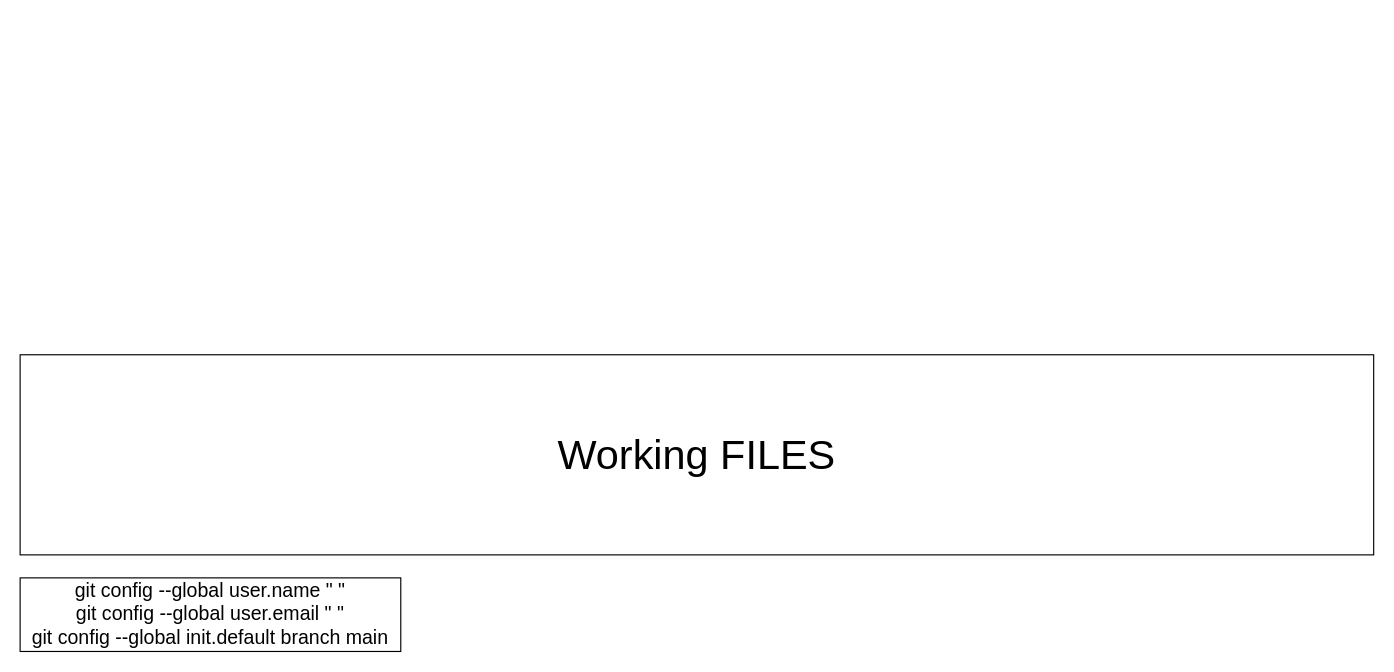
xiaodongYao/DrawIO keeps this draw.io diagram as Git&Github.drawio. Above is the earlier version. Source tidied: cells renumbered, new cells numbered last; positions are measured from the earlier drawing's top-left corner, leaving out a move shared by most shapes. Both pictures are drawn from the tidied source at 115%, with x=0, y=0 at pixel (20, 354).
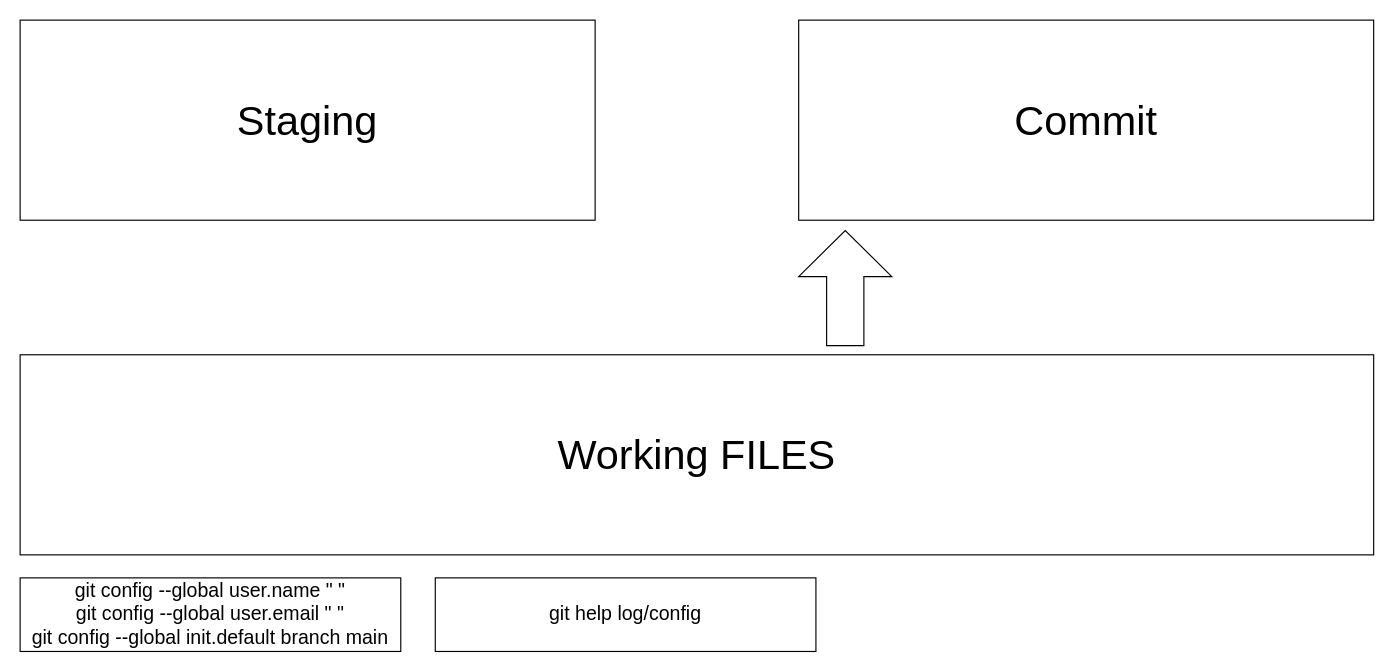
After the change.

Change to the diagram source:
```diff
@@
 <mxGraphModel>
   <root>
     <mxCell id="0" />
     <mxCell id="1" parent="0" />
     <mxCell id="2" value="Working FILES" style="rounded=0;whiteSpace=wrap;html=1;fontSize=36;" parent="1" vertex="1">
       <mxGeometry width="1177" height="174" as="geometry" />
     </mxCell>
     <mxCell id="3" value="git config --global user.name &quot; &quot;&lt;div&gt;git config --global user.email &quot; &quot;&lt;/div&gt;&lt;div&gt;git config --global init.default branch main&lt;/div&gt;" style="rounded=0;whiteSpace=wrap;html=1;fontSize=17;" parent="1" vertex="1">
       <mxGeometry y="194" width="331" height="64" as="geometry" />
     </mxCell>
+    <mxCell id="4" value="git help log/config" style="rounded=0;whiteSpace=wrap;html=1;fontSize=17;" parent="1" vertex="1">
+      <mxGeometry x="361" y="194" width="331" height="64" as="geometry" />
+    </mxCell>
+    <mxCell id="5" value="Staging" style="rounded=0;whiteSpace=wrap;html=1;fontSize=36;" parent="1" vertex="1">
+      <mxGeometry y="-291" width="500" height="174" as="geometry" />
+    </mxCell>
+    <mxCell id="6" value="Commit" style="rounded=0;whiteSpace=wrap;html=1;fontSize=36;" parent="1" vertex="1">
+      <mxGeometry x="677" y="-291" width="500" height="174" as="geometry" />
+    </mxCell>
+    <mxCell id="7" style="html=1;shadow=0;dashed=0;align=center;verticalAlign=middle;shape=mxgraph.arrows2.arrow;dy=0.6;dx=40;direction=north;notch=0;" parent="1" vertex="1">
+      <mxGeometry x="677" y="-108" width="81" height="100" as="geometry" />
+    </mxCell>
   </root>
 </mxGraphModel>
```
